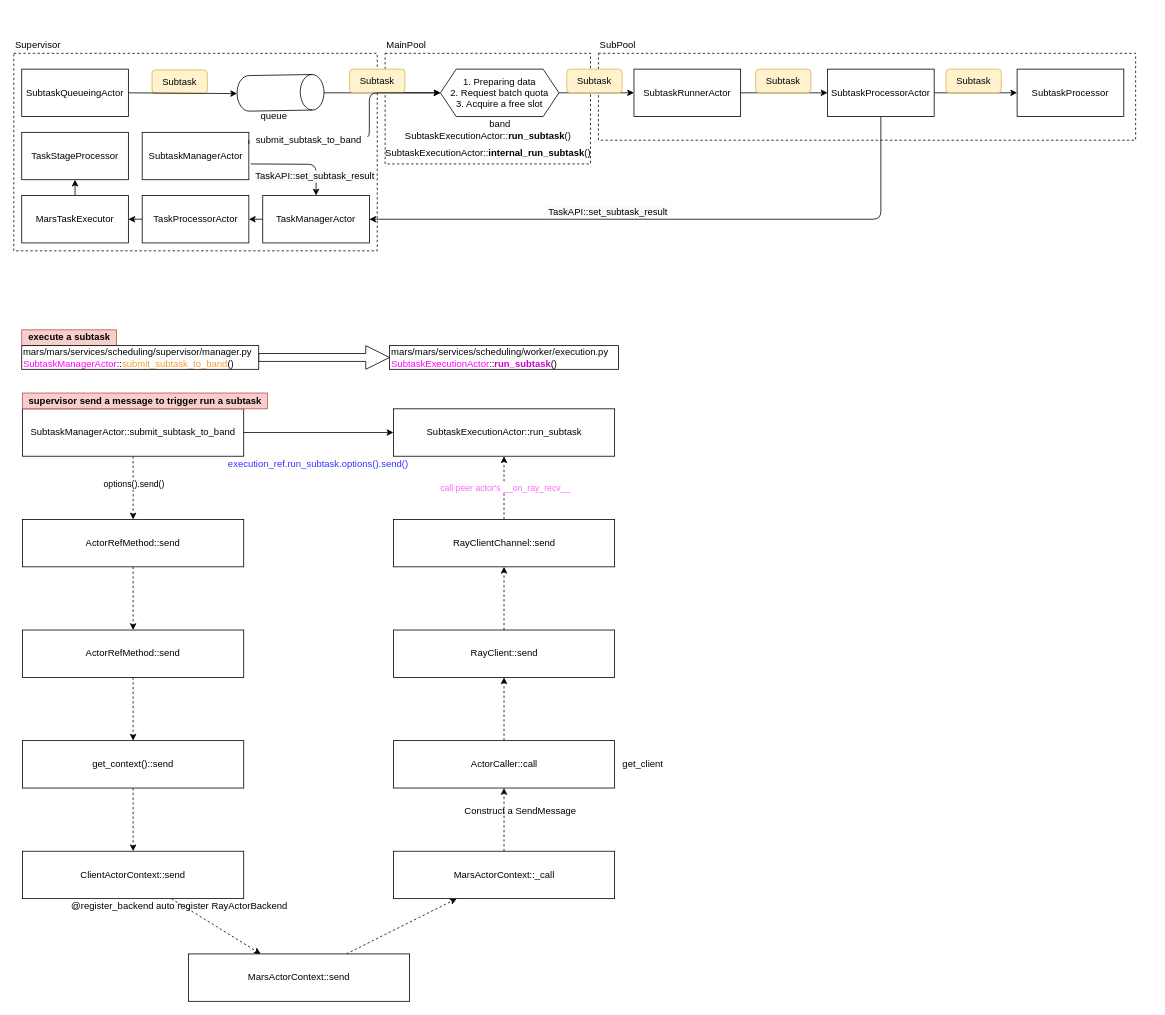
Before: page "subtask lifecycle" (2 of 5) of graphs/mars_workflow_0.1.drawio in zhongchun/daily, a draw.io diagram. Source tidied: cells renumbered, new cells numbered last; positions are measured from the earlier drawing's top-left corner, leaving out a move shared by most shapes. Both pictures are drawn from the tidied source at 79%, with x=0, y=0 at pixel (13, 37).
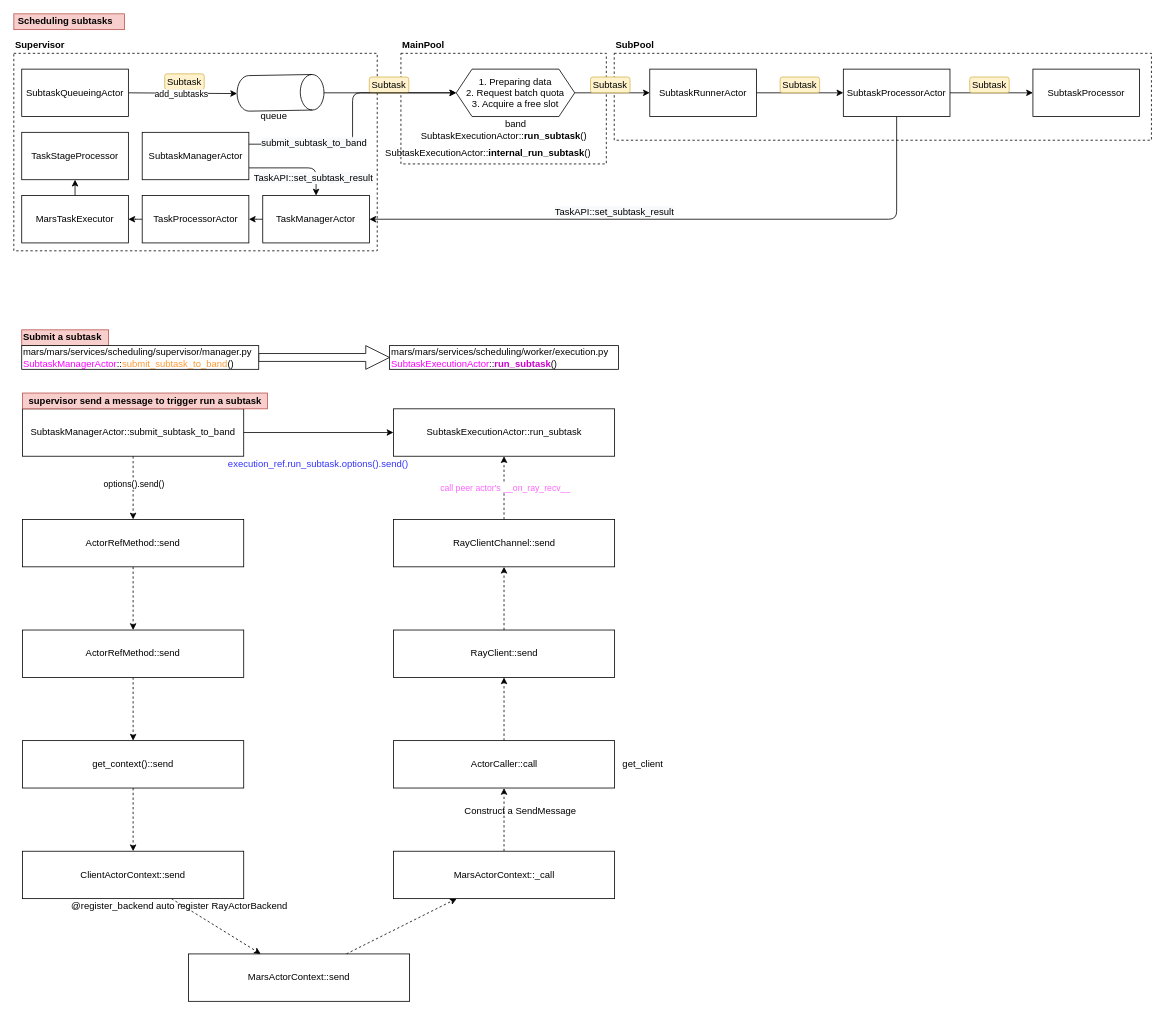
After the change.

The change refers to these unchanged cells:
```xml
<mxCell id="6" style="endArrow=classic;html=1;exitX=1;exitY=0.5;exitDx=0;exitDy=0;entryX=0.5;entryY=1;entryDx=0;entryDy=0;entryPerimeter=0;" parent="1" edge="1" source="29" target="8">
  <mxGeometry relative="1" as="geometry" />
</mxCell>
<mxCell id="18" style="edgeStyle=orthogonalEdgeStyle;html=1;entryX=1;entryY=0.5;entryDx=0;entryDy=0;exitX=0.5;exitY=1;exitDx=0;exitDy=0;" parent="1" edge="1" source="20" target="28">
  <mxGeometry relative="1" as="geometry" />
</mxCell>
<mxCell id="28" value="&lt;span style=&quot;text-align: left&quot;&gt;TaskManagerActor&lt;/span&gt;" style="whiteSpace=wrap;html=1;" parent="1" vertex="1">
  <mxGeometry x="315.1" y="200" width="135" height="60" as="geometry" />
</mxCell>
<mxCell id="36" value="&lt;span style=&quot;text-align: left&quot;&gt;SubtaskManagerActor&lt;/span&gt;" style="whiteSpace=wrap;html=1;" parent="1" vertex="1">
  <mxGeometry x="162.5" y="120" width="135" height="60" as="geometry" />
</mxCell>
```

Change to the diagram source:
```diff
@@
-    <mxCell id="3" style="rounded=0;whiteSpace=wrap;html=1;fillColor=none;dashed=1;" parent="1" vertex="1">
-      <mxGeometry x="470" y="20" width="260" height="140" as="geometry" />
-    </mxCell>
-    <mxCell id="4" style="rounded=0;whiteSpace=wrap;html=1;fillColor=none;dashed=1;" parent="1" vertex="1">
-      <mxGeometry x="740" y="20" width="680" height="110" as="geometry" />
-    </mxCell>
-    <mxCell id="5" value="Subtask" style="rounded=1;whiteSpace=wrap;html=1;fillColor=#fff2cc;strokeColor=#d6b656;" parent="1" vertex="1">
-      <mxGeometry x="175" y="41" width="70" height="30" as="geometry" />
-    </mxCell>
+    <mxCell id="76" style="rounded=0;whiteSpace=wrap;html=1;fillColor=none;dashed=1;" parent="1" vertex="1">
+      <mxGeometry x="490" y="20" width="260" height="140" as="geometry" />
+    </mxCell>
+    <mxCell id="77" style="rounded=0;whiteSpace=wrap;html=1;fillColor=none;dashed=1;" parent="1" vertex="1">
+      <mxGeometry x="760" y="20" width="680" height="110" as="geometry" />
+    </mxCell>
+    <mxCell id="78" value="Subtask" style="rounded=1;whiteSpace=wrap;html=1;fillColor=#fff2cc;strokeColor=#d6b656;" parent="1" vertex="1">
+      <mxGeometry x="191" y="46" width="50" height="20" as="geometry" />
+    </mxCell>
@@
+    <mxCell id="79" value="add_subtasks" style="edgeLabel;html=1;align=center;verticalAlign=middle;" parent="6" vertex="1">
+      <mxGeometry x="-0.48" y="-1" relative="1" as="geometry">
+        <mxPoint x="31" as="offset" />
+      </mxGeometry>
+    </mxCell>
@@
     <mxCell id="11" value="1. Preparing data&lt;br&gt;2. Request batch quota&lt;br&gt;3. Acquire a free slot" style="shape=hexagon;perimeter=hexagonPerimeter2;whiteSpace=wrap;html=1;fixedSize=1;" parent="1" vertex="1">
-      <mxGeometry x="540" y="40" width="150" height="60" as="geometry" />
+      <mxGeometry x="560" y="40" width="150" height="60" as="geometry" />
     </mxCell>
     <mxCell id="12" value="band" style="text;html=1;align=center;verticalAlign=middle;strokeColor=none;fillColor=none;" parent="1" vertex="1">
-      <mxGeometry x="595" y="100" width="40" height="20" as="geometry" />
+      <mxGeometry x="615" y="100" width="40" height="20" as="geometry" />
     </mxCell>
-    <mxCell id="13" value="Subtask" style="rounded=1;whiteSpace=wrap;html=1;fillColor=#fff2cc;strokeColor=#d6b656;" parent="1" vertex="1">
-      <mxGeometry x="425" y="40" width="70" height="30" as="geometry" />
-    </mxCell>
+    <mxCell id="80" value="Subtask" style="rounded=1;whiteSpace=wrap;html=1;fillColor=#fff2cc;strokeColor=#d6b656;" parent="1" vertex="1">
+      <mxGeometry x="450" y="50" width="50" height="20" as="geometry" />
+    </mxCell>
@@
     <mxCell id="15" value="SubtaskRunnerActor" style="whiteSpace=wrap;html=1;" parent="1" vertex="1">
-      <mxGeometry x="785" y="40" width="135" height="60" as="geometry" />
+      <mxGeometry x="805" y="40" width="135" height="60" as="geometry" />
     </mxCell>
-    <mxCell id="16" value="Subtask" style="rounded=1;whiteSpace=wrap;html=1;fillColor=#fff2cc;strokeColor=#d6b656;" parent="1" vertex="1">
-      <mxGeometry x="700" y="40" width="70" height="30" as="geometry" />
-    </mxCell>
+    <mxCell id="81" value="Subtask" style="rounded=1;whiteSpace=wrap;html=1;fillColor=#fff2cc;strokeColor=#d6b656;" parent="1" vertex="1">
+      <mxGeometry x="730" y="50" width="50" height="20" as="geometry" />
+    </mxCell>
@@
-    <mxCell id="19" value="&lt;span style=&quot;font-size: 12px ; background-color: rgb(248 , 249 , 250) ; text-align: left&quot;&gt;TaskAPI::&lt;/span&gt;&lt;font style=&quot;font-size: 12px ; background-color: rgb(248 , 249 , 250) ; text-align: left&quot;&gt;set_subtask_result&lt;/font&gt;" style="edgeLabel;html=1;align=center;verticalAlign=middle;" parent="18" vertex="1">
-      <mxGeometry x="0.27" y="-1" relative="1" as="geometry">
-        <mxPoint x="18" y="-9" as="offset" />
-      </mxGeometry>
-    </mxCell>
+    <mxCell id="82" value="&lt;span style=&quot;font-size: 12px ; background-color: rgb(248 , 249 , 250) ; text-align: left&quot;&gt;TaskAPI::&lt;/span&gt;&lt;font style=&quot;font-size: 12px ; background-color: rgb(248 , 249 , 250) ; text-align: left&quot;&gt;set_subtask_result&lt;/font&gt;" style="edgeLabel;html=1;align=center;verticalAlign=middle;" parent="18" vertex="1">
+      <mxGeometry x="0.27" y="-1" relative="1" as="geometry">
+        <mxPoint x="18" y="-9" as="offset" />
+      </mxGeometry>
+    </mxCell>
     <mxCell id="20" value="SubtaskProcessorActor" style="whiteSpace=wrap;html=1;" parent="1" vertex="1">
-      <mxGeometry x="1030" y="40" width="135" height="60" as="geometry" />
+      <mxGeometry x="1050" y="40" width="135" height="60" as="geometry" />
     </mxCell>
-    <mxCell id="21" value="Subtask" style="rounded=1;whiteSpace=wrap;html=1;fillColor=#fff2cc;strokeColor=#d6b656;" parent="1" vertex="1">
-      <mxGeometry x="939" y="40" width="70" height="30" as="geometry" />
-    </mxCell>
+    <mxCell id="83" value="Subtask" style="rounded=1;whiteSpace=wrap;html=1;fillColor=#fff2cc;strokeColor=#d6b656;" parent="1" vertex="1">
+      <mxGeometry x="970" y="50" width="50" height="20" as="geometry" />
+    </mxCell>
     <mxCell id="22" value="SubtaskProcessor" style="whiteSpace=wrap;html=1;" parent="1" vertex="1">
-      <mxGeometry x="1270" y="40" width="135" height="60" as="geometry" />
+      <mxGeometry x="1290" y="40" width="135" height="60" as="geometry" />
     </mxCell>
-    <mxCell id="23" value="Subtask" style="rounded=1;whiteSpace=wrap;html=1;fillColor=#fff2cc;strokeColor=#d6b656;" parent="1" vertex="1">
-      <mxGeometry x="1180" y="40" width="70" height="30" as="geometry" />
-    </mxCell>
+    <mxCell id="84" value="Subtask" style="rounded=1;whiteSpace=wrap;html=1;fillColor=#fff2cc;strokeColor=#d6b656;" parent="1" vertex="1">
+      <mxGeometry x="1210" y="50" width="50" height="20" as="geometry" />
+    </mxCell>
-    <mxCell id="24" value="Supervisor" style="text;html=1;align=left;verticalAlign=middle;strokeColor=none;fillColor=none;" parent="1" vertex="1">
-      <mxGeometry width="70" height="20" as="geometry" />
+    <mxCell id="24" value="Supervisor" style="text;html=1;align=left;verticalAlign=middle;strokeColor=none;fillColor=none;fontStyle=1;" parent="1" vertex="1">
+      <mxGeometry width="80" height="20" as="geometry" />
     </mxCell>
-    <mxCell id="25" value="MainPool" style="text;html=1;align=left;verticalAlign=middle;strokeColor=none;fillColor=none;" parent="1" vertex="1">
-      <mxGeometry x="470" width="70" height="20" as="geometry" />
+    <mxCell id="25" value="MainPool" style="text;html=1;align=left;verticalAlign=middle;strokeColor=none;fillColor=none;fontStyle=1;" parent="1" vertex="1">
+      <mxGeometry x="490" width="70" height="20" as="geometry" />
     </mxCell>
-    <mxCell id="26" value="SubPool" style="text;html=1;align=left;verticalAlign=middle;strokeColor=none;fillColor=none;" parent="1" vertex="1">
-      <mxGeometry x="740" width="60" height="20" as="geometry" />
+    <mxCell id="26" value="SubPool" style="text;html=1;align=left;verticalAlign=middle;strokeColor=none;fillColor=none;fontStyle=1;" parent="1" vertex="1">
+      <mxGeometry x="760" width="60" height="20" as="geometry" />
     </mxCell>
@@
-    <mxCell id="35" style="edgeStyle=orthogonalEdgeStyle;html=1;fontColor=#000000;" parent="1" edge="1" target="28">
-      <mxGeometry relative="1" as="geometry">
-        <mxPoint x="300" y="160" as="sourcePoint" />
-      </mxGeometry>
-    </mxCell>
+    <mxCell id="85" style="edgeStyle=orthogonalEdgeStyle;html=1;fontColor=#000000;exitX=1;exitY=0.75;exitDx=0;exitDy=0;" parent="1" edge="1" source="36" target="28">
+      <mxGeometry relative="1" as="geometry" />
+    </mxCell>
@@
-    <mxCell id="37" value="&lt;span style=&quot;font-size: 12px ; background-color: rgb(248 , 249 , 250) ; text-align: left&quot;&gt;TaskAPI::&lt;/span&gt;&lt;font style=&quot;font-size: 12px ; background-color: rgb(248 , 249 , 250) ; text-align: left&quot;&gt;set_subtask_result&lt;/font&gt;" style="edgeLabel;html=1;align=center;verticalAlign=middle;" parent="1" vertex="1">
-      <mxGeometry x="380.6" y="175" as="geometry" />
-    </mxCell>
-    <mxCell id="38" style="endArrow=classic;html=1;fontColor=#000000;entryX=0;entryY=0.5;entryDx=0;entryDy=0;exitX=1;exitY=0.25;exitDx=0;exitDy=0;edgeStyle=orthogonalEdgeStyle;startArrow=none;" parent="1" edge="1" source="39" target="11">
-      <mxGeometry relative="1" as="geometry">
-        <Array as="points">
-          <mxPoint x="450" y="125" />
-          <mxPoint x="450" y="70" />
-        </Array>
-      </mxGeometry>
-    </mxCell>
+    <mxCell id="86" value="&lt;span style=&quot;font-size: 12px ; background-color: rgb(248 , 249 , 250) ; text-align: left&quot;&gt;TaskAPI::&lt;/span&gt;&lt;font style=&quot;font-size: 12px ; background-color: rgb(248 , 249 , 250) ; text-align: left&quot;&gt;set_subtask_result&lt;/font&gt;" style="edgeLabel;html=1;align=center;verticalAlign=middle;" parent="1" vertex="1">
+      <mxGeometry x="378.6" y="177" as="geometry" />
+    </mxCell>
+    <mxCell id="87" style="endArrow=classic;html=1;fontColor=#000000;entryX=0;entryY=0.5;entryDx=0;entryDy=0;startArrow=none;edgeStyle=orthogonalEdgeStyle;exitX=1;exitY=0.25;exitDx=0;exitDy=0;" parent="1" edge="1" source="36" target="11">
+      <mxGeometry relative="1" as="geometry" />
+    </mxCell>
-    <mxCell id="39" value="submit_subtask_to_band" style="text;html=1;align=center;verticalAlign=middle;points=[];strokeColor=none;fillColor=none;" parent="1" vertex="1">
-      <mxGeometry x="297.5" y="120" width="150" height="20" as="geometry" />
+    <mxCell id="39" value="&lt;span style=&quot;font-size: 12px ; background-color: rgb(248 , 249 , 250)&quot;&gt;submit_subtask_to_band&lt;/span&gt;" style="edgeLabel;html=1;align=center;verticalAlign=middle;points=[];" parent="87" vertex="1">
+      <mxGeometry x="-0.67" y="2" relative="1" as="geometry">
+        <mxPoint x="28" as="offset" />
+      </mxGeometry>
     </mxCell>
-    <mxCell id="40" style="endArrow=none;html=1;fontColor=#000000;entryX=0;entryY=0.5;entryDx=0;entryDy=0;exitX=1;exitY=0.25;exitDx=0;exitDy=0;edgeStyle=orthogonalEdgeStyle;" parent="1" edge="1" source="36" target="39">
-      <mxGeometry relative="1" as="geometry" />
-    </mxCell>
@@
-    <mxCell id="67" value="execute a subtask" style="text;html=1;align=center;verticalAlign=middle;strokeColor=#b85450;fillColor=#f8cecc;fontStyle=1;" parent="1" vertex="1">
-      <mxGeometry x="10" y="370" width="120" height="20" as="geometry" />
-    </mxCell>
+    <mxCell id="88" value="Submit a subtask" style="text;html=1;align=left;verticalAlign=middle;strokeColor=#b85450;fillColor=#f8cecc;fontStyle=1;" parent="1" vertex="1">
+      <mxGeometry x="10" y="370" width="110" height="20" as="geometry" />
+    </mxCell>
@@
     <mxCell id="74" value="&lt;font style=&quot;text-align: left&quot;&gt;SubtaskExecutionActor&lt;/font&gt;&lt;span style=&quot;text-align: left&quot;&gt;::&lt;/span&gt;&lt;b style=&quot;text-align: left&quot;&gt;run_subtask&lt;/b&gt;&lt;span style=&quot;text-align: left&quot;&gt;()&lt;/span&gt;" style="text;html=1;align=center;verticalAlign=middle;strokeColor=none;fillColor=none;" parent="1" vertex="1">
-      <mxGeometry x="485" y="115" width="230" height="20" as="geometry" />
+      <mxGeometry x="505" y="115" width="230" height="20" as="geometry" />
     </mxCell>
@@
+    <mxCell id="89" value="&amp;nbsp;Scheduling subtasks" style="text;html=1;align=left;verticalAlign=middle;strokeColor=#b85450;fillColor=#f8cecc;fontStyle=1;" parent="1" vertex="1">
+      <mxGeometry y="-30" width="140" height="20" as="geometry" />
+    </mxCell>
```
